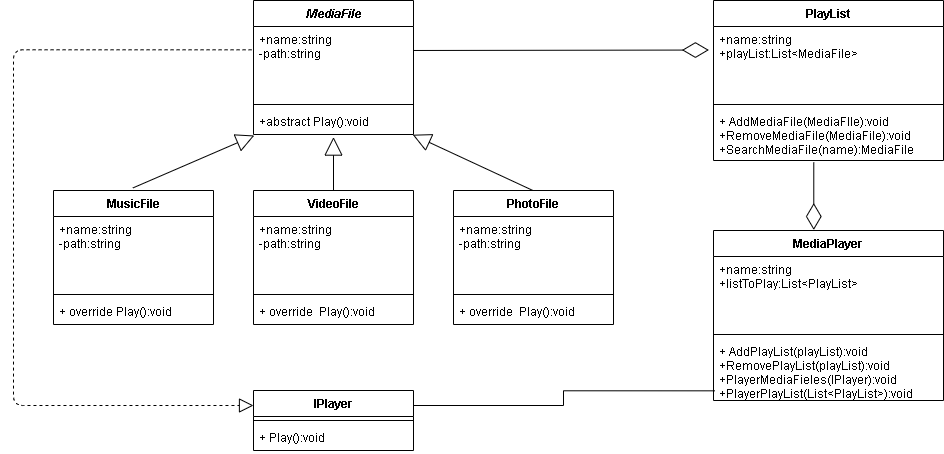
This is Медиатека2.png from SePiat/EPAMtraining-, a draw.io export, as it was before one commit. Source tidied: cells renumbered, new cells last; positions are measured from the earlier drawing's top-left corner, leaving out a move shared by most shapes.
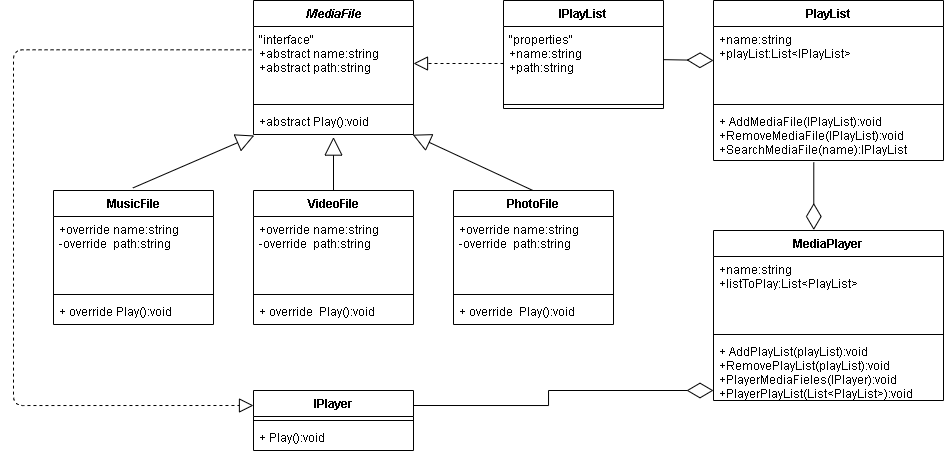
The same diagram one commit later.

Change to the diagram source:
```diff
@@ -5,7 +5,7 @@
     <mxCell id="2" value="MediaFile" style="swimlane;fontStyle=3;align=center;verticalAlign=top;horizontal=1;startSize=26;" parent="1" vertex="1">
       <mxGeometry x="240" width="160" height="134" as="geometry" />
     </mxCell>
-    <mxCell id="3" value="+name:string&#10;-path:string&#10;&#10;" style="text;strokeColor=none;fillColor=none;align=left;verticalAlign=top;spacingLeft=4;spacingRight=4;overflow=hidden;points=[[0,0.5],[1,0.5]];portConstraint=eastwest;" parent="2" vertex="1">
+    <mxCell id="3" value="&quot;interface&quot;&#10;+abstract name:string&#10;+abstract path:string&#10;&#10;" style="text;strokeColor=none;fillColor=none;align=left;verticalAlign=top;spacingLeft=4;spacingRight=4;overflow=hidden;points=[[0,0.5],[1,0.5]];portConstraint=eastwest;" parent="2" vertex="1">
       <mxGeometry y="26" width="160" height="74" as="geometry" />
     </mxCell>
     <mxCell id="4" style="line;strokeWidth=1;fillColor=none;align=left;verticalAlign=middle;spacingTop=-1;spacingLeft=3;spacingRight=3;labelPosition=right;" parent="2" vertex="1">
@@ -17,7 +17,7 @@
     <mxCell id="6" value="MusicFile" style="swimlane;fontStyle=1;align=center;verticalAlign=top;horizontal=1;startSize=26;" parent="1" vertex="1">
       <mxGeometry x="40" y="190" width="160" height="134" as="geometry" />
     </mxCell>
-    <mxCell id="7" value="+name:string&#10;-path:string&#10;" style="text;strokeColor=none;fillColor=none;align=left;verticalAlign=top;spacingLeft=4;spacingRight=4;overflow=hidden;" parent="6" vertex="1">
+    <mxCell id="7" value="+override name:string&#10;-override  path:string&#10;" style="text;strokeColor=none;fillColor=none;align=left;verticalAlign=top;spacingLeft=4;spacingRight=4;overflow=hidden;" parent="6" vertex="1">
       <mxGeometry y="26" width="160" height="74" as="geometry" />
     </mxCell>
     <mxCell id="8" style="line;strokeWidth=1;fillColor=none;align=left;verticalAlign=middle;spacingTop=-1;spacingLeft=3;spacingRight=3;labelPosition=right;" parent="6" vertex="1">
@@ -29,7 +29,7 @@
     <mxCell id="10" value="VideoFile" style="swimlane;fontStyle=1;align=center;verticalAlign=top;horizontal=1;startSize=26;" parent="1" vertex="1">
       <mxGeometry x="240" y="190" width="160" height="134" as="geometry" />
     </mxCell>
-    <mxCell id="11" value="+name:string&#10;-path:string&#10;" style="text;strokeColor=none;fillColor=none;align=left;verticalAlign=top;spacingLeft=4;spacingRight=4;overflow=hidden;" parent="10" vertex="1">
+    <mxCell id="11" value="+override name:string&#10;-override  path:string&#10;" style="text;strokeColor=none;fillColor=none;align=left;verticalAlign=top;spacingLeft=4;spacingRight=4;overflow=hidden;" parent="10" vertex="1">
       <mxGeometry y="26" width="160" height="74" as="geometry" />
     </mxCell>
     <mxCell id="12" style="line;strokeWidth=1;fillColor=none;align=left;verticalAlign=middle;spacingTop=-1;spacingLeft=3;spacingRight=3;labelPosition=right;" parent="10" vertex="1">
@@ -41,7 +41,7 @@
     <mxCell id="14" value="PhotoFile" style="swimlane;fontStyle=1;align=center;verticalAlign=top;horizontal=1;startSize=26;" parent="1" vertex="1">
       <mxGeometry x="440" y="190" width="160" height="134" as="geometry" />
     </mxCell>
-    <mxCell id="15" value="+name:string&#10;-path:string&#10;" style="text;strokeColor=none;fillColor=none;align=left;verticalAlign=top;spacingLeft=4;spacingRight=4;overflow=hidden;" parent="14" vertex="1">
+    <mxCell id="15" value="+override name:string&#10;-override  path:string&#10;" style="text;strokeColor=none;fillColor=none;align=left;verticalAlign=top;spacingLeft=4;spacingRight=4;overflow=hidden;" parent="14" vertex="1">
       <mxGeometry y="26" width="160" height="74" as="geometry" />
     </mxCell>
     <mxCell id="16" style="line;strokeWidth=1;fillColor=none;align=left;verticalAlign=middle;spacingTop=-1;spacingLeft=3;spacingRight=3;labelPosition=right;" parent="14" vertex="1">
@@ -66,13 +66,13 @@
     <mxCell id="21" value="PlayList" style="swimlane;fontStyle=1;align=center;verticalAlign=top;horizontal=1;startSize=26;" parent="1" vertex="1">
       <mxGeometry x="700" width="230" height="160" as="geometry" />
     </mxCell>
-    <mxCell id="22" value="+name:string&#10;+playList:List&lt;MediaFile&gt;" style="text;strokeColor=none;fillColor=none;align=left;verticalAlign=top;spacingLeft=4;spacingRight=4;overflow=hidden;points=[[0,0.5],[1,0.5]];portConstraint=eastwest;" parent="21" vertex="1">
+    <mxCell id="22" value="+name:string&#10;+playList:List&lt;IPlayList&gt;" style="text;strokeColor=none;fillColor=none;align=left;verticalAlign=top;spacingLeft=4;spacingRight=4;overflow=hidden;points=[[0,0.5],[1,0.5]];portConstraint=eastwest;" parent="21" vertex="1">
       <mxGeometry y="26" width="230" height="74" as="geometry" />
     </mxCell>
     <mxCell id="23" style="line;strokeWidth=1;fillColor=none;align=left;verticalAlign=middle;spacingTop=-1;spacingLeft=3;spacingRight=3;labelPosition=right;" parent="21" vertex="1">
       <mxGeometry y="100" width="230" height="8" as="geometry" />
     </mxCell>
-    <mxCell id="24" value="+ AddMediaFile(MediaFIle):void&#10;+RemoveMediaFile(MediaFile):void&#10;+SearchMediaFile(name):MediaFile" style="text;strokeColor=none;fillColor=none;align=left;verticalAlign=top;spacingLeft=4;spacingRight=4;overflow=hidden;points=[[0,0.5],[1,0.5]];portConstraint=eastwest;" parent="21" vertex="1">
+    <mxCell id="24" value="+ AddMediaFile(IPlayList):void&#10;+RemoveMediaFile(IPlayList):void&#10;+SearchMediaFile(name):IPlayList" style="text;strokeColor=none;fillColor=none;align=left;verticalAlign=top;spacingLeft=4;spacingRight=4;overflow=hidden;points=[[0,0.5],[1,0.5]];portConstraint=eastwest;" parent="21" vertex="1">
       <mxGeometry y="108" width="230" height="52" as="geometry" />
     </mxCell>
     <mxCell id="25" value="MediaPlayer&#10;" style="swimlane;fontStyle=1;align=center;verticalAlign=top;horizontal=1;startSize=26;" parent="1" vertex="1">
@@ -87,8 +87,10 @@
     <mxCell id="28" value="+ AddPlayList(playList):void&#10;+RemovePlayList(playList):void&#10;+PlayerMediaFieles(IPlayer):void&#10;+PlayerPlayList(List&lt;PlayList&gt;):void" style="text;strokeColor=none;fillColor=none;align=left;verticalAlign=top;spacingLeft=4;spacingRight=4;overflow=hidden;points=[[0,0.5],[1,0.5]];portConstraint=eastwest;" parent="25" vertex="1">
       <mxGeometry y="108" width="230" height="62" as="geometry" />
     </mxCell>
-    <mxCell id="29" style="edgeStyle=orthogonalEdgeStyle;rounded=0;jettySize=auto;html=1;exitX=1;exitY=0.25;exitDx=0;exitDy=0;entryX=0.006;entryY=0.844;entryDx=0;entryDy=0;entryPerimeter=0;endArrow=none;endFill=0;" parent="1" edge="1" source="30" target="28">
-      <mxGeometry relative="1" as="geometry" />
+    <mxCell id="29" style="edgeStyle=orthogonalEdgeStyle;rounded=0;jettySize=auto;html=1;exitX=1;exitY=0.25;exitDx=0;exitDy=0;endArrow=none;endFill=0;" parent="1" edge="1" source="30">
+      <mxGeometry relative="1" as="geometry">
+        <mxPoint x="670" y="390" as="targetPoint" />
+      </mxGeometry>
     </mxCell>
     <mxCell id="30" value="IPlayer&#10;" style="swimlane;fontStyle=1;align=center;verticalAlign=top;horizontal=1;startSize=26;" parent="1" vertex="1">
       <mxGeometry x="240" y="390" width="160" height="60" as="geometry" />
@@ -110,8 +112,28 @@
     <mxCell id="34" style="endArrow=diamondThin;endFill=0;endSize=24;html=1;entryX=0.436;entryY=-0.003;entryDx=0;entryDy=0;entryPerimeter=0;exitX=0.436;exitY=1.037;exitDx=0;exitDy=0;exitPerimeter=0;" parent="1" edge="1" source="24" target="25">
       <mxGeometry relative="1" as="geometry" />
     </mxCell>
-    <mxCell id="35" style="endArrow=diamondThin;endFill=0;endSize=24;html=1;exitX=1;exitY=0.324;exitDx=0;exitDy=0;exitPerimeter=0;entryX=-0.02;entryY=0.318;entryDx=0;entryDy=0;entryPerimeter=0;" parent="1" edge="1" source="3" target="22">
-      <mxGeometry relative="1" as="geometry" />
-    </mxCell>
+    <mxCell id="36" value="IPlayList" style="swimlane;fontStyle=1;align=center;verticalAlign=top;horizontal=1;startSize=26;" parent="1" vertex="1">
+      <mxGeometry x="490" width="160" height="108" as="geometry" />
+    </mxCell>
+    <mxCell id="37" value="&quot;properties&quot;&#10;+name:string&#10;+path:string" style="text;strokeColor=none;fillColor=none;align=left;verticalAlign=top;spacingLeft=4;spacingRight=4;overflow=hidden;points=[[0,0.5],[1,0.5]];portConstraint=eastwest;" parent="36" vertex="1">
+      <mxGeometry y="26" width="160" height="74" as="geometry" />
+    </mxCell>
+    <mxCell id="38" style="line;strokeWidth=1;fillColor=none;align=left;verticalAlign=middle;spacingTop=-1;spacingLeft=3;spacingRight=3;labelPosition=right;" parent="36" vertex="1">
+      <mxGeometry y="100" width="160" height="8" as="geometry" />
+    </mxCell>
+    <mxCell id="39" style="endArrow=block;dashed=1;endFill=0;endSize=12;html=1;entryX=1;entryY=0.5;entryDx=0;entryDy=0;exitX=0;exitY=0.5;exitDx=0;exitDy=0;" parent="1" edge="1" source="37" target="3">
+      <mxGeometry relative="1" as="geometry" />
+    </mxCell>
+    <mxCell id="40" style="endArrow=diamondThin;endFill=0;endSize=24;html=1;exitX=1.002;exitY=0.448;exitDx=0;exitDy=0;exitPerimeter=0;" parent="1" edge="1" source="37">
+      <mxGeometry relative="1" as="geometry">
+        <mxPoint x="700" y="60" as="targetPoint" />
+      </mxGeometry>
+    </mxCell>
+    <mxCell id="41" style="endArrow=diamondThin;endFill=0;endSize=24;html=1;" parent="1" edge="1">
+      <mxGeometry relative="1" as="geometry">
+        <mxPoint x="620" y="390" as="sourcePoint" />
+        <mxPoint x="700" y="390" as="targetPoint" />
+      </mxGeometry>
+    </mxCell>
   </root>
 </mxGraphModel>
```
